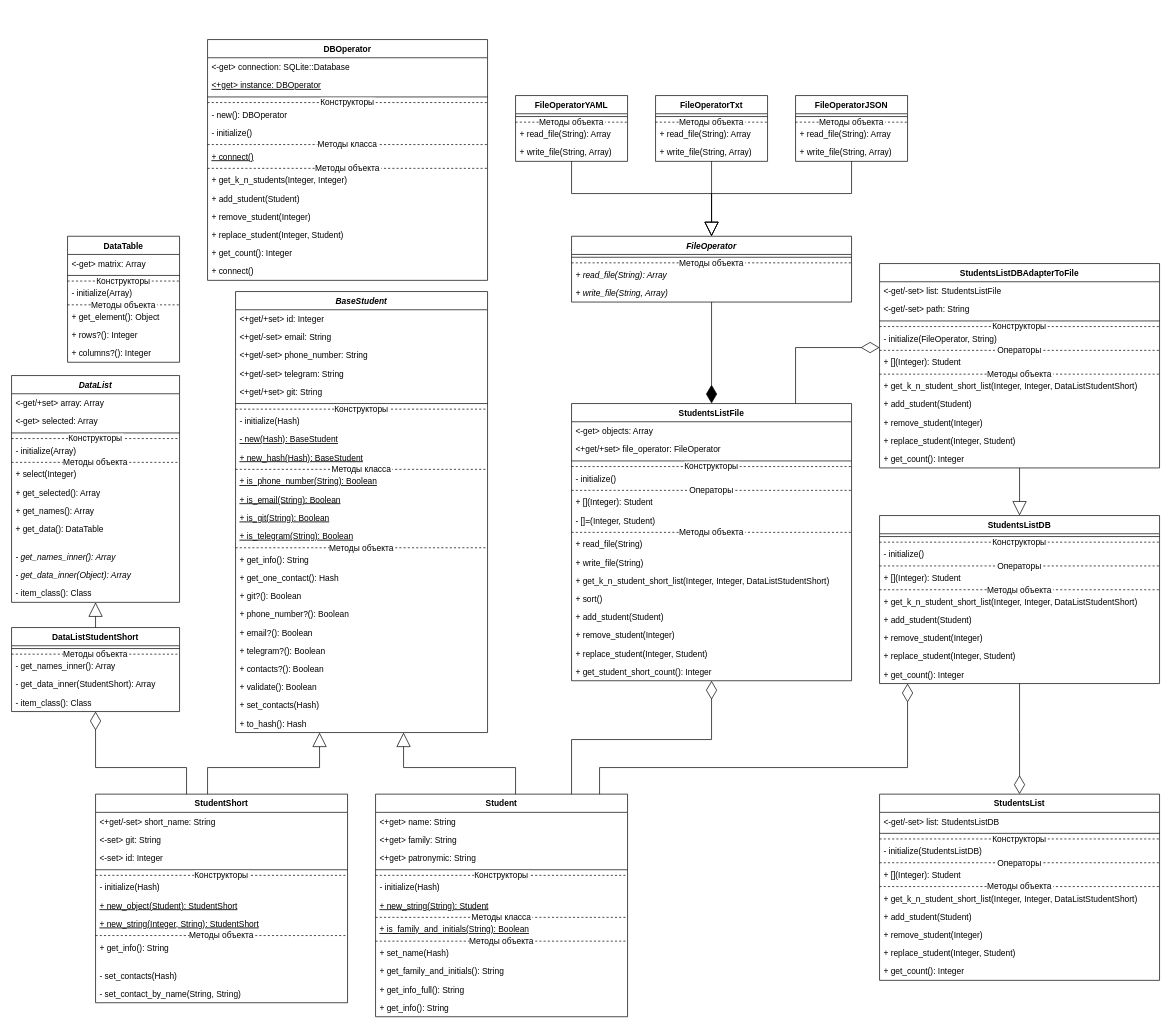
Before: StudentProject/docs/ClassDiagram.drawio in KirSaxhlil/PatternLabs, a draw.io diagram. Source tidied: cells renumbered, new cells numbered last; positions are measured from the earlier drawing's top-left corner, leaving out a move shared by most shapes. Both pictures are drawn from the tidied source at 70%, with x=0, y=0 at pixel (11, 39).
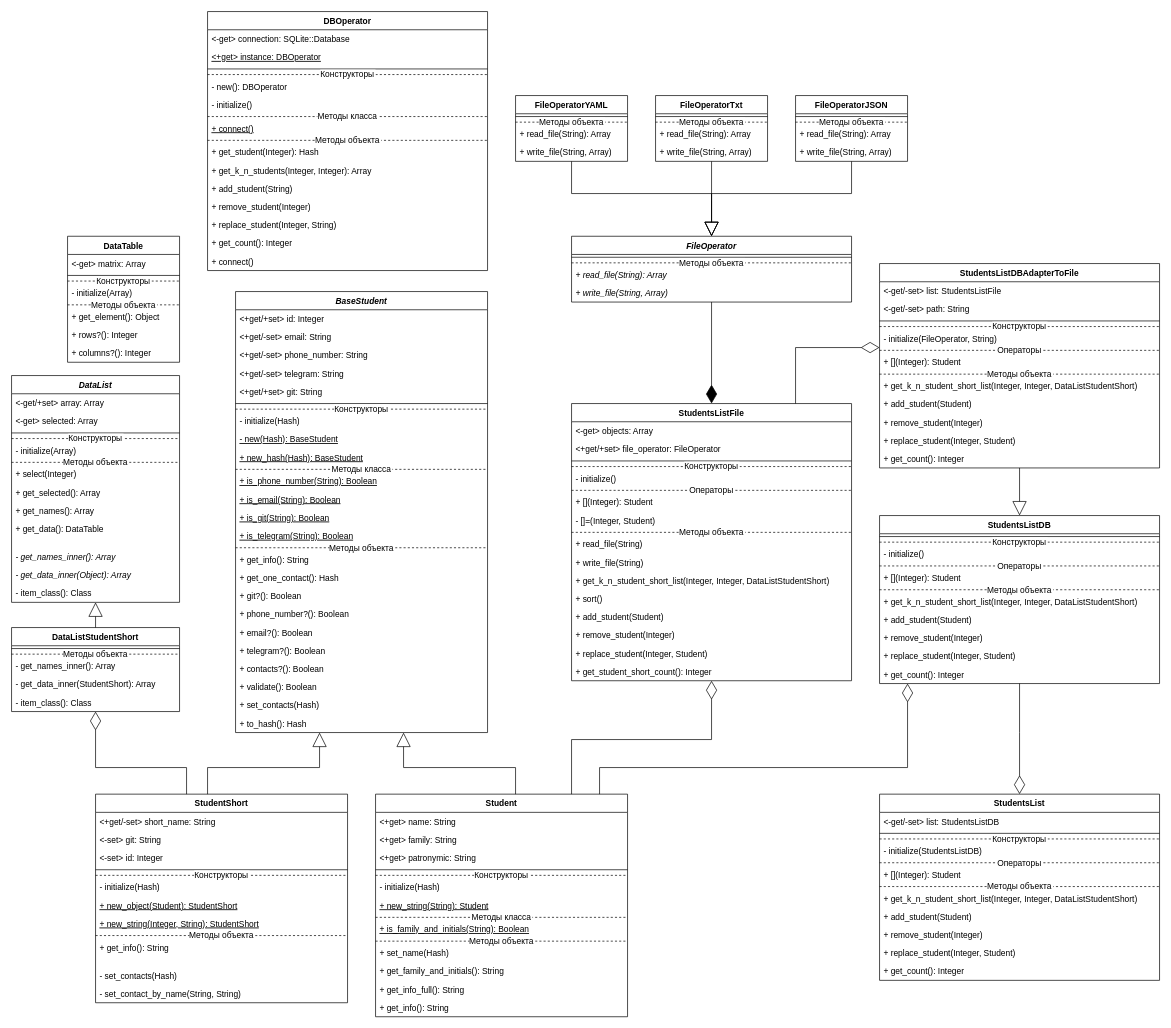
After the change.

What changed in the source:
```diff
@@
     <mxCell id="148" value="DBOperator" style="swimlane;fontStyle=1;align=center;verticalAlign=top;horizontal=1;startSize=26;strokeWidth=1;swimlaneFillColor=default;" parent="1" vertex="1">
-      <mxGeometry x="280" width="400" height="344" as="geometry" />
+      <mxGeometry x="280" y="-40" width="400" height="370" as="geometry" />
     </mxCell>
@@
+    <mxCell id="194" value="+ get_student(Integer): Hash" style="text;strokeColor=none;fillColor=none;align=left;verticalAlign=top;spacingLeft=4;spacingRight=4;overflow=hidden;dashed=1;strokeWidth=1;" parent="148" vertex="1">
+      <mxGeometry y="188" width="400" height="26" as="geometry" />
+    </mxCell>
-    <mxCell id="158" value="+ get_k_n_students(Integer, Integer)" style="text;strokeColor=none;fillColor=none;align=left;verticalAlign=top;spacingLeft=4;spacingRight=4;overflow=hidden;dashed=1;strokeWidth=1;" parent="148" vertex="1">
-      <mxGeometry y="188" width="400" height="26" as="geometry" />
+    <mxCell id="158" value="+ get_k_n_students(Integer, Integer): Array" style="text;strokeColor=none;fillColor=none;align=left;verticalAlign=top;spacingLeft=4;spacingRight=4;overflow=hidden;dashed=1;strokeWidth=1;" parent="148" vertex="1">
+      <mxGeometry y="214" width="400" height="26" as="geometry" />
     </mxCell>
-    <mxCell id="159" value="+ add_student(Student)" style="text;strokeColor=none;fillColor=none;align=left;verticalAlign=top;spacingLeft=4;spacingRight=4;overflow=hidden;dashed=1;strokeWidth=1;" parent="148" vertex="1">
-      <mxGeometry y="214" width="400" height="26" as="geometry" />
+    <mxCell id="159" value="+ add_student(String)" style="text;strokeColor=none;fillColor=none;align=left;verticalAlign=top;spacingLeft=4;spacingRight=4;overflow=hidden;dashed=1;strokeWidth=1;" parent="148" vertex="1">
+      <mxGeometry y="240" width="400" height="26" as="geometry" />
     </mxCell>
     <mxCell id="160" value="+ remove_student(Integer)" style="text;strokeColor=none;fillColor=none;align=left;verticalAlign=top;spacingLeft=4;spacingRight=4;overflow=hidden;dashed=1;strokeWidth=1;" parent="148" vertex="1">
-      <mxGeometry y="240" width="400" height="26" as="geometry" />
+      <mxGeometry y="266" width="400" height="26" as="geometry" />
     </mxCell>
-    <mxCell id="161" value="+ replace_student(Integer, Student)" style="text;strokeColor=none;fillColor=none;align=left;verticalAlign=top;spacingLeft=4;spacingRight=4;overflow=hidden;dashed=1;strokeWidth=1;" parent="148" vertex="1">
-      <mxGeometry y="266" width="400" height="26" as="geometry" />
+    <mxCell id="161" value="+ replace_student(Integer, String)" style="text;strokeColor=none;fillColor=none;align=left;verticalAlign=top;spacingLeft=4;spacingRight=4;overflow=hidden;dashed=1;strokeWidth=1;" parent="148" vertex="1">
+      <mxGeometry y="292" width="400" height="26" as="geometry" />
     </mxCell>
     <mxCell id="162" value="+ get_count(): Integer" style="text;strokeColor=none;fillColor=none;align=left;verticalAlign=top;spacingLeft=4;spacingRight=4;overflow=hidden;dashed=1;strokeWidth=1;" parent="148" vertex="1">
-      <mxGeometry y="292" width="400" height="26" as="geometry" />
+      <mxGeometry y="318" width="400" height="26" as="geometry" />
     </mxCell>
     <mxCell id="163" value="+ connect()" style="text;strokeColor=none;fillColor=none;align=left;verticalAlign=top;spacingLeft=4;spacingRight=4;overflow=hidden;dashed=1;strokeWidth=1;" parent="148" vertex="1">
-      <mxGeometry y="318" width="400" height="26" as="geometry" />
+      <mxGeometry y="344" width="400" height="26" as="geometry" />
     </mxCell>
```
